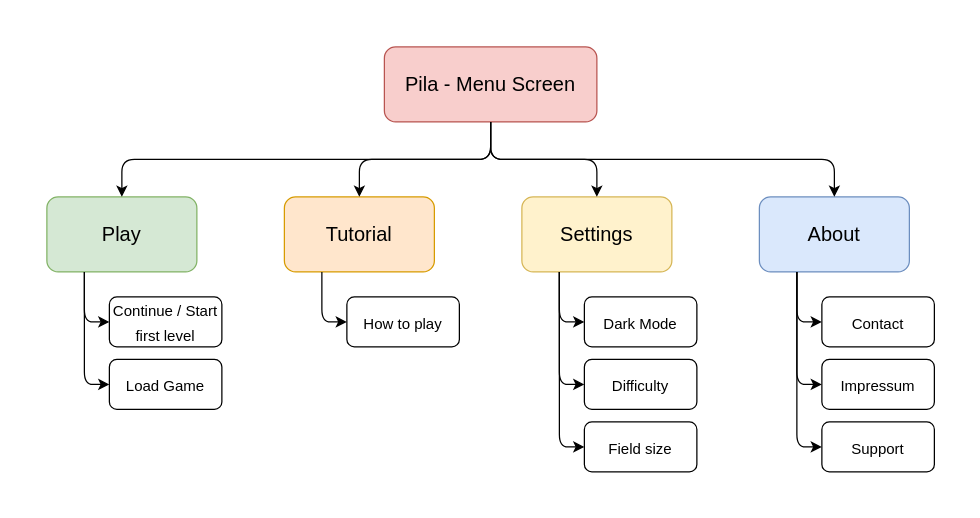
The draw.io diagram .drawio/app-concept.drawio in FOehlschlaeger/pila, before the edit. Source tidied: cells renumbered, new cells numbered last; positions are measured from the earlier drawing's top-left corner, leaving out a move shared by most shapes. Both pictures are drawn from the tidied source at 125%, with x=0, y=0 at pixel (21, 21).
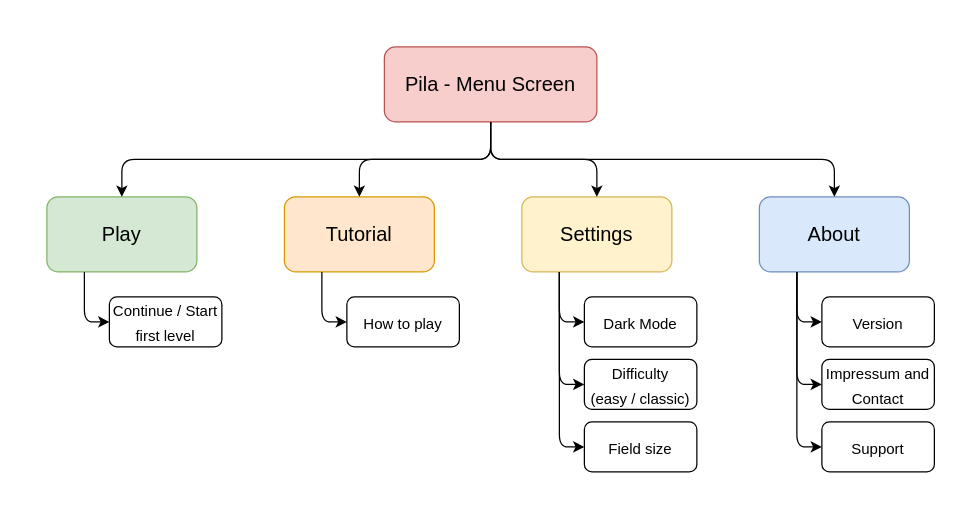
After the change.

Commit message (it also covers changes not shown here):
add info about different settings and options in concept

The change refers to these unchanged cells:
```xml
<mxCell id="5" value="&lt;font style=&quot;font-size: 16px;&quot;&gt;About&lt;/font&gt;" style="rounded=1;whiteSpace=wrap;html=1;fillColor=#dae8fc;strokeColor=#6c8ebf;" parent="3" vertex="1">
  <mxGeometry x="590" y="140" width="120" height="60" as="geometry" />
</mxCell>
<mxCell id="9" value="&lt;font style=&quot;font-size: 16px;&quot;&gt;Play&lt;/font&gt;" style="rounded=1;whiteSpace=wrap;html=1;fillColor=#d5e8d4;strokeColor=#82b366;" parent="3" vertex="1">
  <mxGeometry x="20" y="140" width="120" height="60" as="geometry" />
</mxCell>
```

The edit, as a diff of the source:
```diff
@@
-    <mxCell id="13" value="&lt;font style=&quot;font-size: 12px;&quot;&gt;Contact&lt;/font&gt;" style="rounded=1;whiteSpace=wrap;html=1;fontSize=16;fillColor=#FFFFFF;" parent="3" vertex="1">
-      <mxGeometry x="640" y="220" width="90" height="40" as="geometry" />
-    </mxCell>
-    <mxCell id="14" style="endArrow=classic;html=1;fontSize=16;exitX=0.25;exitY=1;exitDx=0;exitDy=0;entryX=0;entryY=0.5;entryDx=0;entryDy=0;edgeStyle=elbowEdgeStyle;" parent="3" edge="1" source="5" target="13">
+    <mxCell id="14" style="endArrow=classic;html=1;fontSize=16;exitX=0.25;exitY=1;exitDx=0;exitDy=0;entryX=0;entryY=0.5;entryDx=0;entryDy=0;edgeStyle=elbowEdgeStyle;" parent="3" edge="1" source="5" target="31">
       <mxGeometry relative="1" as="geometry">
         <Array as="points">
           <mxPoint x="620" y="230" />
         </Array>
       </mxGeometry>
     </mxCell>
-    <mxCell id="15" value="&lt;font style=&quot;font-size: 12px;&quot;&gt;Impressum&lt;/font&gt;" style="rounded=1;whiteSpace=wrap;html=1;fontSize=16;fillColor=#FFFFFF;" parent="3" vertex="1">
+    <mxCell id="15" value="&lt;font style=&quot;font-size: 12px;&quot;&gt;Impressum and Contact&lt;/font&gt;" style="rounded=1;whiteSpace=wrap;html=1;fontSize=16;fillColor=#FFFFFF;" parent="3" vertex="1">
       <mxGeometry x="640" y="270" width="90" height="40" as="geometry" />
     </mxCell>
@@
-    <mxCell id="20" value="&lt;font style=&quot;font-size: 12px;&quot;&gt;Difficulty&lt;/font&gt;" style="rounded=1;whiteSpace=wrap;html=1;fontSize=16;fillColor=#FFFFFF;" parent="3" vertex="1">
+    <mxCell id="20" value="&lt;font style=&quot;font-size: 12px;&quot;&gt;Difficulty &lt;br&gt;(easy / classic)&lt;/font&gt;" style="rounded=1;whiteSpace=wrap;html=1;fontSize=16;fillColor=#FFFFFF;" parent="3" vertex="1">
       <mxGeometry x="450" y="270" width="90" height="40" as="geometry" />
     </mxCell>
@@
-    <mxCell id="29" value="&lt;font style=&quot;font-size: 12px;&quot;&gt;Load Game&lt;/font&gt;" style="rounded=1;whiteSpace=wrap;html=1;fontSize=16;fillColor=#FFFFFF;" parent="3" vertex="1">
-      <mxGeometry x="70" y="270" width="90" height="40" as="geometry" />
-    </mxCell>
-    <mxCell id="30" style="endArrow=classic;html=1;fontSize=16;entryX=0;entryY=0.5;entryDx=0;entryDy=0;edgeStyle=elbowEdgeStyle;exitX=0.25;exitY=1;exitDx=0;exitDy=0;" parent="3" edge="1" source="9" target="29">
-      <mxGeometry relative="1" as="geometry">
-        <Array as="points">
-          <mxPoint x="50" y="250" />
-        </Array>
-      </mxGeometry>
-    </mxCell>
+    <mxCell id="31" value="&lt;font style=&quot;font-size: 12px;&quot;&gt;Version&lt;/font&gt;" style="rounded=1;whiteSpace=wrap;html=1;fontSize=16;fillColor=#FFFFFF;" parent="3" vertex="1">
+      <mxGeometry x="640" y="220" width="90" height="40" as="geometry" />
+    </mxCell>
```
